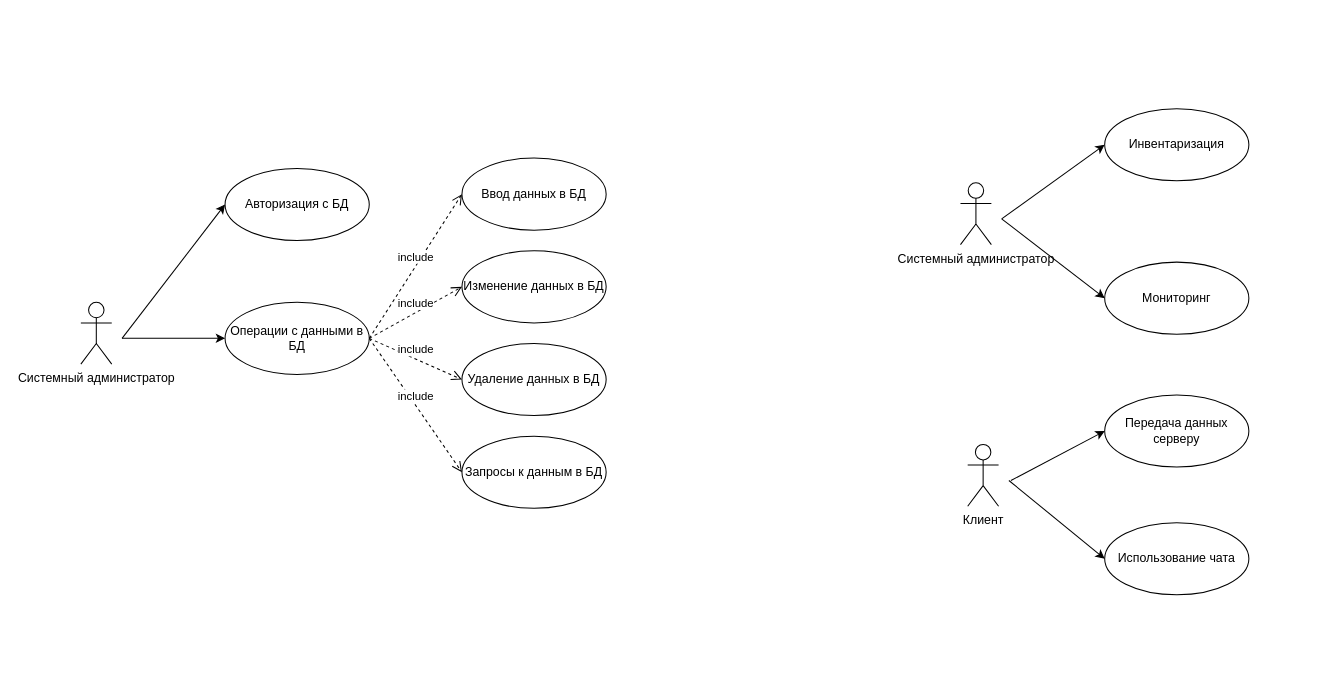
Earlier version of the draw.io diagram Use Case Diagram.drawio (OhotnikovV/AvIS). Source tidied: cells renumbered, new cells numbered last; positions are measured from the earlier drawing's top-left corner, leaving out a move shared by most shapes. Both pictures are drawn from the tidied source at 103%, with x=0, y=0 at pixel (80, 108).
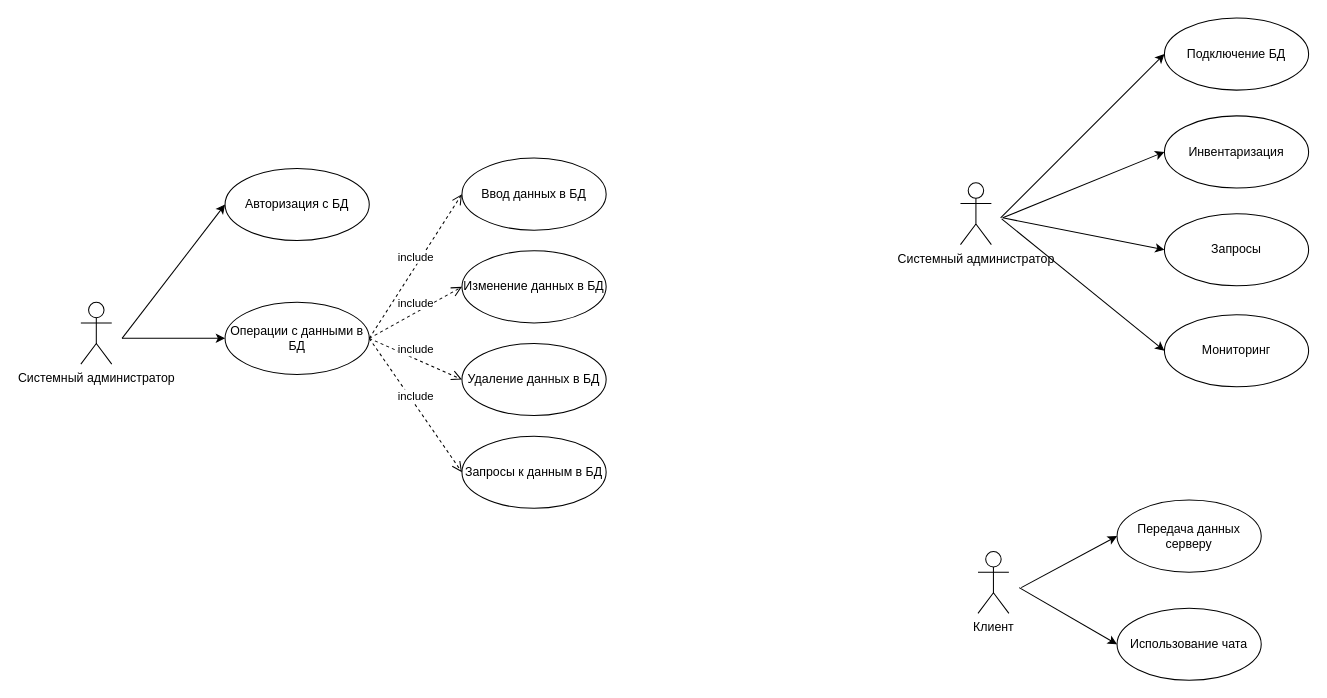
After the change.

The edit, as a diff of the source:
```diff
@@
     <mxCell id="15" value="Клиент" style="shape=umlActor;verticalLabelPosition=bottom;labelBackgroundColor=#ffffff;verticalAlign=top;html=1;" parent="1" vertex="1">
-      <mxGeometry x="861" y="326" width="30" height="60" as="geometry" />
+      <mxGeometry x="871" y="430" width="30" height="60" as="geometry" />
     </mxCell>
     <mxCell id="16" value="Использование чата" style="ellipse;whiteSpace=wrap;html=1;" parent="1" vertex="1">
-      <mxGeometry x="994" y="402" width="140" height="70" as="geometry" />
+      <mxGeometry x="1006" y="485" width="140" height="70" as="geometry" />
     </mxCell>
     <mxCell id="17" style="endArrow=classic;html=1;entryX=0;entryY=0.5;entryDx=0;entryDy=0;" parent="1" edge="1" target="16">
       <mxGeometry relative="1" as="geometry">
-        <mxPoint x="901" y="361" as="sourcePoint" />
+        <mxPoint x="911" y="465" as="sourcePoint" />
       </mxGeometry>
     </mxCell>
@@
     <mxCell id="19" value="Мониторинг" style="ellipse;whiteSpace=wrap;html=1;" parent="1" vertex="1">
-      <mxGeometry x="994" y="149" width="140" height="70" as="geometry" />
+      <mxGeometry x="1052" y="200" width="140" height="70" as="geometry" />
     </mxCell>
@@
     <mxCell id="21" value="Инвентаризация" style="ellipse;whiteSpace=wrap;html=1;" parent="1" vertex="1">
-      <mxGeometry x="994" width="140" height="70" as="geometry" />
+      <mxGeometry x="1052" y="7" width="140" height="70" as="geometry" />
     </mxCell>
     <mxCell id="22" style="endArrow=classic;html=1;entryX=0;entryY=0.5;entryDx=0;entryDy=0;" parent="1" edge="1" target="21">
       <mxGeometry relative="1" as="geometry">
-        <mxPoint x="894" y="107" as="sourcePoint" />
+        <mxPoint x="895" y="106" as="sourcePoint" />
       </mxGeometry>
     </mxCell>
     <mxCell id="23" value="Передача данных серверу" style="ellipse;whiteSpace=wrap;html=1;" parent="1" vertex="1">
-      <mxGeometry x="994" y="278" width="140" height="70" as="geometry" />
+      <mxGeometry x="1006" y="380" width="140" height="70" as="geometry" />
     </mxCell>
     <mxCell id="24" style="endArrow=classic;html=1;entryX=0;entryY=0.5;entryDx=0;entryDy=0;" parent="1" edge="1" target="23">
       <mxGeometry relative="1" as="geometry">
-        <mxPoint x="903" y="361" as="sourcePoint" />
+        <mxPoint x="913" y="465" as="sourcePoint" />
       </mxGeometry>
     </mxCell>
+    <mxCell id="25" value="Запросы" style="ellipse;whiteSpace=wrap;html=1;" parent="1" vertex="1">
+      <mxGeometry x="1052" y="102" width="140" height="70" as="geometry" />
+    </mxCell>
+    <mxCell id="26" style="endArrow=classic;html=1;entryX=0;entryY=0.5;entryDx=0;entryDy=0;" parent="1" edge="1" target="25">
+      <mxGeometry relative="1" as="geometry">
+        <mxPoint x="895" y="106" as="sourcePoint" />
+      </mxGeometry>
+    </mxCell>
+    <mxCell id="27" value="Подключение БД" style="ellipse;whiteSpace=wrap;html=1;" parent="1" vertex="1">
+      <mxGeometry x="1052" y="-88" width="140" height="70" as="geometry" />
+    </mxCell>
+    <mxCell id="28" style="endArrow=classic;html=1;entryX=0;entryY=0.5;entryDx=0;entryDy=0;" parent="1" edge="1" target="27">
+      <mxGeometry relative="1" as="geometry">
+        <mxPoint x="893" y="106" as="sourcePoint" />
+      </mxGeometry>
+    </mxCell>
```
